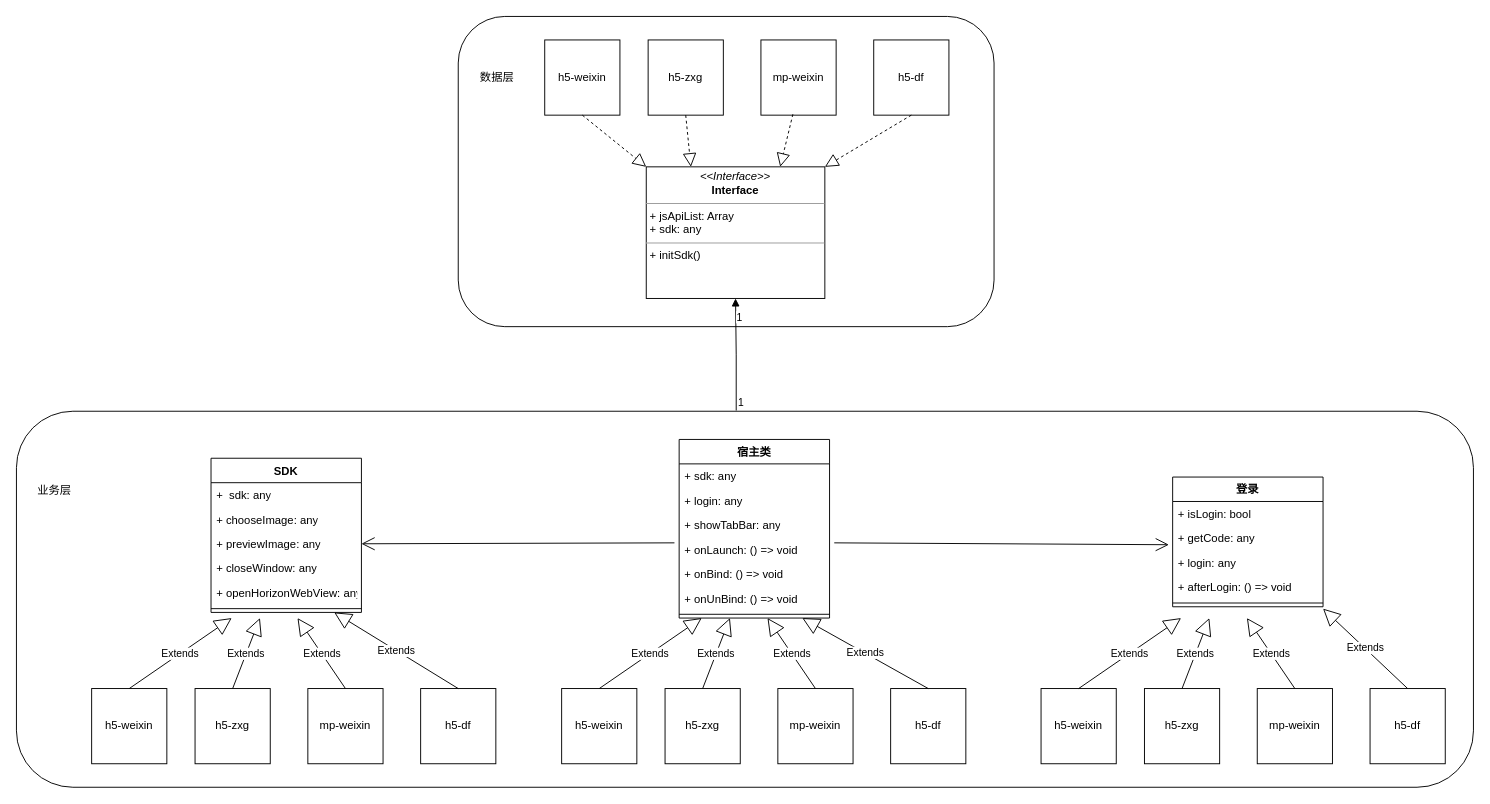
Before: page "第 2 页" (2 of 3) of 未命名绘图.drawio in ios2014/ios--, a draw.io diagram. Source tidied: cells renumbered, new cells numbered last; positions are measured from the earlier drawing's top-left corner, leaving out a move shared by most shapes. Both pictures are drawn from the tidied source at 94%, with x=0, y=0 at pixel (16, 16).
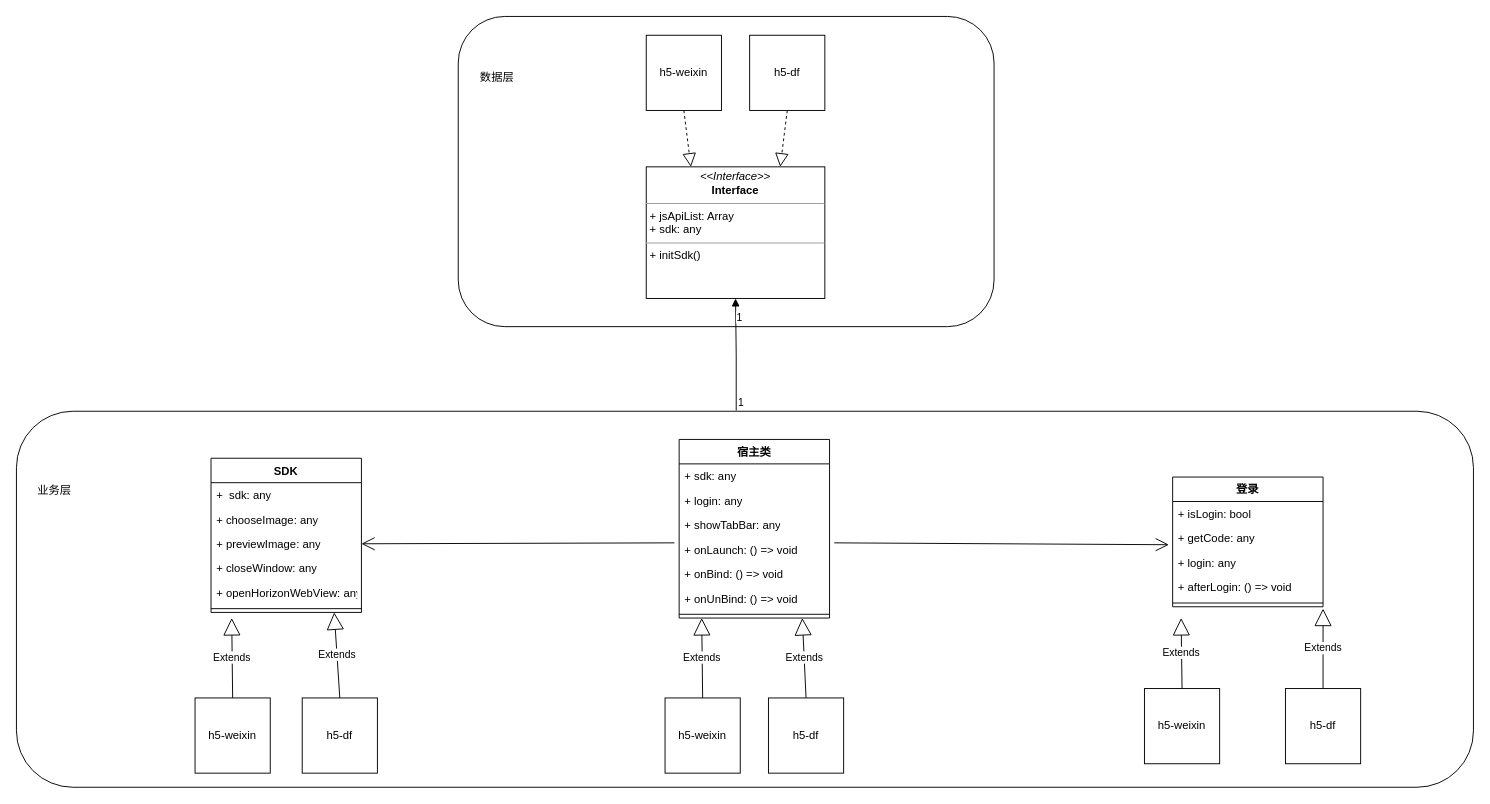
Above is the later version.

The change refers to these unchanged cells:
```xml
<mxCell id="14" value="&lt;p style=&quot;margin:0px;margin-top:4px;text-align:center;&quot;&gt;&lt;i&gt;&amp;lt;&amp;lt;Interface&amp;gt;&amp;gt;&lt;/i&gt;&lt;br&gt;&lt;b&gt;Interface&lt;/b&gt;&lt;/p&gt;&lt;hr size=&quot;1&quot;&gt;&lt;p style=&quot;margin:0px;margin-left:4px;&quot;&gt;+&amp;nbsp;jsApiList: Array&lt;/p&gt;&lt;p style=&quot;margin:0px;margin-left:4px;&quot;&gt;+&amp;nbsp;sdk:&amp;nbsp;any&lt;/p&gt;&lt;hr size=&quot;1&quot;&gt;&lt;p style=&quot;margin:0px;margin-left:4px;&quot;&gt;+&amp;nbsp;initSdk()&lt;/p&gt;" style="verticalAlign=top;align=left;overflow=fill;fontSize=12;fontFamily=Helvetica;html=1;whiteSpace=wrap;" parent="1" vertex="1">
  <mxGeometry x="670" y="160" width="190" height="140" as="geometry" />
</mxCell>
```

Diff of the diagram source:
```diff
@@
     <mxCell id="3" value="h5-weixin" style="whiteSpace=wrap;html=1;" parent="1" vertex="1">
-      <mxGeometry x="580" y="715" width="80" height="80" as="geometry" />
+      <mxGeometry x="690" y="725" width="80" height="80" as="geometry" />
     </mxCell>
-    <mxCell id="4" value="h5-zxg" style="whiteSpace=wrap;html=1;" parent="1" vertex="1">
-      <mxGeometry x="690" y="715" width="80" height="80" as="geometry" />
-    </mxCell>
-    <mxCell id="5" value="mp-weixin" style="whiteSpace=wrap;html=1;" parent="1" vertex="1">
-      <mxGeometry x="810" y="715" width="80" height="80" as="geometry" />
-    </mxCell>
@@
     <mxCell id="7" value="h5-df" style="whiteSpace=wrap;html=1;" parent="1" vertex="1">
-      <mxGeometry x="930" y="715" width="80" height="80" as="geometry" />
+      <mxGeometry x="800" y="725" width="80" height="80" as="geometry" />
     </mxCell>
@@
     <mxCell id="9" value="h5-weixin" style="whiteSpace=wrap;html=1;" parent="1" vertex="1">
-      <mxGeometry x="562" y="25" width="80" height="80" as="geometry" />
+      <mxGeometry x="670" y="20" width="80" height="80" as="geometry" />
     </mxCell>
-    <mxCell id="10" value="h5-zxg" style="whiteSpace=wrap;html=1;" parent="1" vertex="1">
-      <mxGeometry x="672" y="25" width="80" height="80" as="geometry" />
-    </mxCell>
-    <mxCell id="11" value="mp-weixin" style="whiteSpace=wrap;html=1;" parent="1" vertex="1">
-      <mxGeometry x="792" y="25" width="80" height="80" as="geometry" />
-    </mxCell>
     <mxCell id="12" value="h5-df" style="whiteSpace=wrap;html=1;" parent="1" vertex="1">
-      <mxGeometry x="912" y="25" width="80" height="80" as="geometry" />
+      <mxGeometry x="780" y="20" width="80" height="80" as="geometry" />
     </mxCell>
@@
-    <mxCell id="26" value="Extends" style="endArrow=block;endSize=16;endFill=0;html=1;rounded=0;exitX=0.5;exitY=0;exitDx=0;exitDy=0;" parent="1" edge="1" source="5">
-      <mxGeometry relative="1" as="geometry">
-        <mxPoint x="799" y="640" as="targetPoint" />
-      </mxGeometry>
-    </mxCell>
-    <mxCell id="27" value="Extends" style="endArrow=block;endSize=16;endFill=0;html=1;rounded=0;exitX=0.5;exitY=0;exitDx=0;exitDy=0;" parent="1" edge="1" source="4">
-      <mxGeometry relative="1" as="geometry">
-        <mxPoint x="759" y="640" as="targetPoint" />
-      </mxGeometry>
-    </mxCell>
@@
-    <mxCell id="30" style="endArrow=block;dashed=1;endFill=0;endSize=12;html=1;rounded=0;entryX=0.25;entryY=0;entryDx=0;entryDy=0;exitX=0.5;exitY=1;exitDx=0;exitDy=0;" parent="1" edge="1" source="10" target="14">
-      <mxGeometry relative="1" as="geometry" />
-    </mxCell>
-    <mxCell id="31" style="endArrow=block;dashed=1;endFill=0;endSize=12;html=1;rounded=0;entryX=0;entryY=0;entryDx=0;entryDy=0;exitX=0.5;exitY=1;exitDx=0;exitDy=0;" parent="1" edge="1" source="9" target="14">
+    <mxCell id="31" style="endArrow=block;dashed=1;endFill=0;endSize=12;html=1;rounded=0;entryX=0.25;entryY=0;entryDx=0;entryDy=0;exitX=0.5;exitY=1;exitDx=0;exitDy=0;" parent="1" edge="1" source="9" target="14">
       <mxGeometry relative="1" as="geometry" />
     </mxCell>
-    <mxCell id="32" style="endArrow=block;dashed=1;endFill=0;endSize=12;html=1;rounded=0;entryX=0.75;entryY=0;entryDx=0;entryDy=0;exitX=0.425;exitY=0.988;exitDx=0;exitDy=0;exitPerimeter=0;" parent="1" edge="1" source="11" target="14">
-      <mxGeometry relative="1" as="geometry" />
-    </mxCell>
-    <mxCell id="33" style="endArrow=block;dashed=1;endFill=0;endSize=12;html=1;rounded=0;entryX=1;entryY=0;entryDx=0;entryDy=0;exitX=0.5;exitY=1;exitDx=0;exitDy=0;" parent="1" edge="1" source="12" target="14">
+    <mxCell id="33" style="endArrow=block;dashed=1;endFill=0;endSize=12;html=1;rounded=0;exitX=0.5;exitY=1;exitDx=0;exitDy=0;entryX=0.75;entryY=0;entryDx=0;entryDy=0;" parent="1" edge="1" source="12" target="14">
       <mxGeometry relative="1" as="geometry" />
     </mxCell>
     <mxCell id="34" value="h5-weixin" style="whiteSpace=wrap;html=1;" parent="1" vertex="1">
-      <mxGeometry x="80" y="715" width="80" height="80" as="geometry" />
+      <mxGeometry x="190" y="725" width="80" height="80" as="geometry" />
     </mxCell>
-    <mxCell id="35" value="h5-zxg" style="whiteSpace=wrap;html=1;" parent="1" vertex="1">
-      <mxGeometry x="190" y="715" width="80" height="80" as="geometry" />
-    </mxCell>
-    <mxCell id="36" value="mp-weixin" style="whiteSpace=wrap;html=1;" parent="1" vertex="1">
-      <mxGeometry x="310" y="715" width="80" height="80" as="geometry" />
-    </mxCell>
     <mxCell id="37" value="h5-df" style="whiteSpace=wrap;html=1;" parent="1" vertex="1">
-      <mxGeometry x="430" y="715" width="80" height="80" as="geometry" />
+      <mxGeometry x="304" y="725" width="80" height="80" as="geometry" />
     </mxCell>
@@
-    <mxCell id="45" value="Extends" style="endArrow=block;endSize=16;endFill=0;html=1;rounded=0;exitX=0.5;exitY=0;exitDx=0;exitDy=0;" parent="1" edge="1" source="36">
-      <mxGeometry relative="1" as="geometry">
-        <mxPoint x="299" y="640" as="targetPoint" />
-      </mxGeometry>
-    </mxCell>
-    <mxCell id="46" value="Extends" style="endArrow=block;endSize=16;endFill=0;html=1;rounded=0;exitX=0.5;exitY=0;exitDx=0;exitDy=0;" parent="1" edge="1" source="35">
-      <mxGeometry relative="1" as="geometry">
-        <mxPoint x="259" y="640" as="targetPoint" />
-      </mxGeometry>
-    </mxCell>
@@
     <mxCell id="49" value="h5-weixin" style="whiteSpace=wrap;html=1;" parent="1" vertex="1">
-      <mxGeometry x="1090" y="715" width="80" height="80" as="geometry" />
+      <mxGeometry x="1200" y="715" width="80" height="80" as="geometry" />
     </mxCell>
-    <mxCell id="50" value="h5-zxg" style="whiteSpace=wrap;html=1;" parent="1" vertex="1">
-      <mxGeometry x="1200" y="715" width="80" height="80" as="geometry" />
-    </mxCell>
-    <mxCell id="51" value="mp-weixin" style="whiteSpace=wrap;html=1;" parent="1" vertex="1">
-      <mxGeometry x="1320" y="715" width="80" height="80" as="geometry" />
-    </mxCell>
     <mxCell id="52" value="h5-df" style="whiteSpace=wrap;html=1;" parent="1" vertex="1">
-      <mxGeometry x="1440" y="715" width="80" height="80" as="geometry" />
+      <mxGeometry x="1350" y="715" width="80" height="80" as="geometry" />
     </mxCell>
@@
-    <mxCell id="59" value="Extends" style="endArrow=block;endSize=16;endFill=0;html=1;rounded=0;exitX=0.5;exitY=0;exitDx=0;exitDy=0;" parent="1" edge="1" source="51">
-      <mxGeometry relative="1" as="geometry">
-        <mxPoint x="1309" y="640" as="targetPoint" />
-      </mxGeometry>
-    </mxCell>
-    <mxCell id="60" value="Extends" style="endArrow=block;endSize=16;endFill=0;html=1;rounded=0;exitX=0.5;exitY=0;exitDx=0;exitDy=0;" parent="1" edge="1" source="50">
-      <mxGeometry relative="1" as="geometry">
-        <mxPoint x="1269" y="640" as="targetPoint" />
-      </mxGeometry>
-    </mxCell>
```
